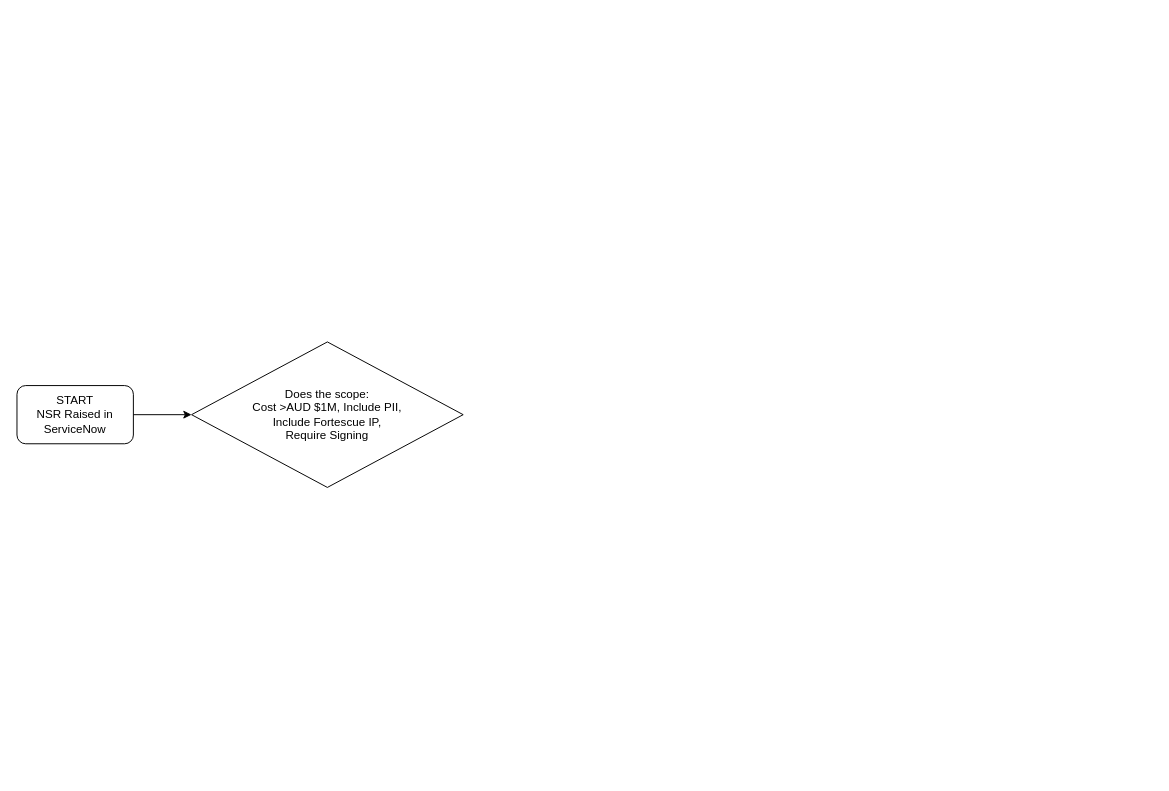
Above: New NSR.drawio in Dyo-Artist/Fortsecue (draw.io), before the change. Source tidied: cells renumbered, new cells numbered last; positions are measured from the earlier drawing's top-left corner, leaving out a move shared by most shapes. Both pictures are drawn from the tidied source at 97%, with x=0, y=0 at pixel (16, 341).
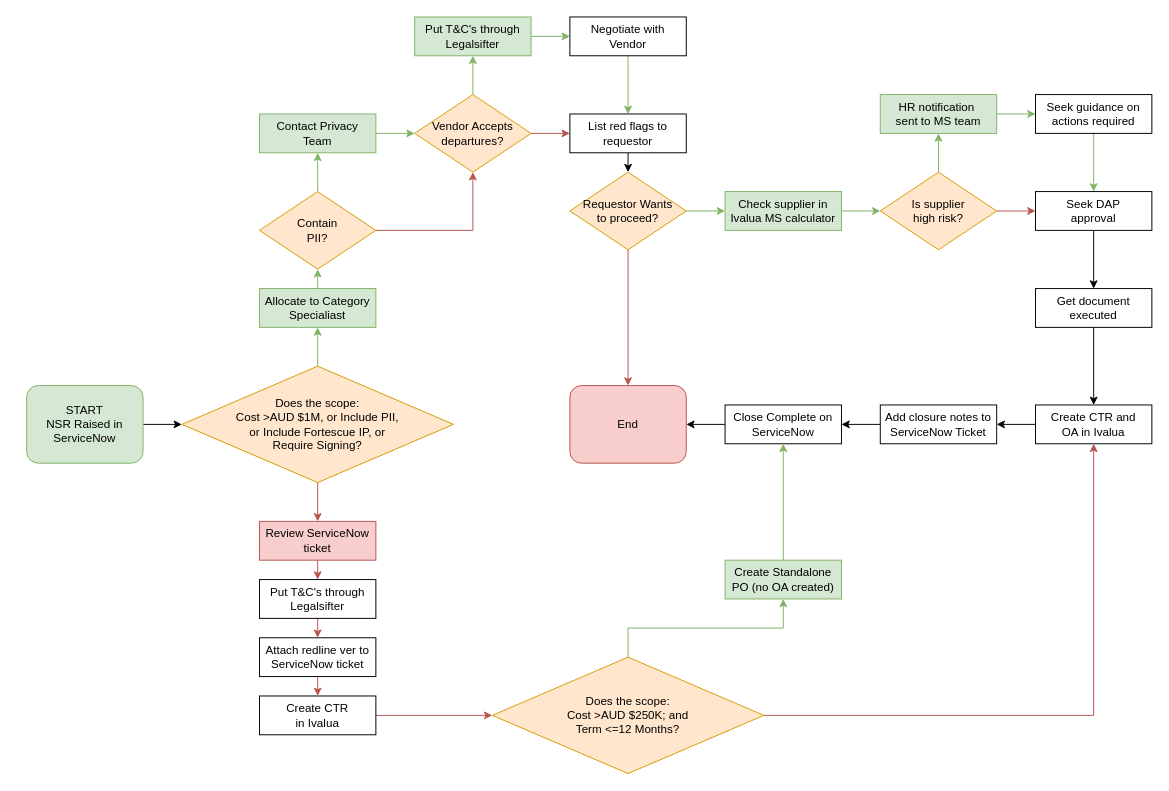
After the change.

What changed in the source:
```diff
@@
+    <mxCell id="5" style="edgeStyle=orthogonalEdgeStyle;rounded=0;jettySize=auto;html=1;exitX=1;exitY=0.5;exitDx=0;exitDy=0;entryX=0;entryY=0.5;entryDx=0;entryDy=0;" parent="1" edge="1" source="2" target="3">
+      <mxGeometry relative="1" as="geometry" />
+    </mxCell>
-    <mxCell id="2" value="START &lt;br&gt;NSR Raised in ServiceNow" style="rounded=1;whiteSpace=wrap;html=1;fontSize=12;glass=0;strokeWidth=1;shadow=0;" parent="1" vertex="1">
-      <mxGeometry y="45" width="120" height="60" as="geometry" />
+    <mxCell id="2" value="START &lt;br&gt;NSR Raised in ServiceNow" style="rounded=1;whiteSpace=wrap;html=1;fontSize=12;glass=0;strokeWidth=1;shadow=0;fillColor=#d5e8d4;strokeColor=#82b366;" parent="1" vertex="1">
+      <mxGeometry x="10" y="45" width="120" height="80" as="geometry" />
     </mxCell>
+    <mxCell id="6" style="edgeStyle=orthogonalEdgeStyle;rounded=0;jettySize=auto;html=1;exitX=0.5;exitY=0;exitDx=0;exitDy=0;entryX=0.5;entryY=1;entryDx=0;entryDy=0;fillColor=#d5e8d4;strokeColor=#82b366;" parent="1" edge="1" source="3" target="9">
+      <mxGeometry relative="1" as="geometry" />
+    </mxCell>
+    <mxCell id="7" style="edgeStyle=orthogonalEdgeStyle;rounded=0;jettySize=auto;html=1;exitX=0.5;exitY=1;exitDx=0;exitDy=0;entryX=0.5;entryY=0;entryDx=0;entryDy=0;fillColor=#f8cecc;strokeColor=#b85450;" parent="1" edge="1" source="3" target="48">
+      <mxGeometry relative="1" as="geometry" />
+    </mxCell>
-    <mxCell id="3" value="Does the scope:&lt;br&gt;Cost &amp;gt;AUD $1M, Include PII, &lt;br&gt;Include Fortescue IP,&lt;br&gt;Require Signing" style="rhombus;whiteSpace=wrap;html=1;" parent="1" vertex="1">
-      <mxGeometry x="180" width="280" height="150" as="geometry" />
+    <mxCell id="3" value="Does the scope:&lt;br&gt;Cost &amp;gt;AUD $1M, or Include PII, &lt;br&gt;or Include Fortescue IP, or&lt;br&gt;Require Signing?" style="rhombus;whiteSpace=wrap;html=1;fillColor=#ffe6cc;strokeColor=#d79b00;" parent="1" vertex="1">
+      <mxGeometry x="170" y="25" width="280" height="120" as="geometry" />
     </mxCell>
-    <mxCell id="4" style="endArrow=classic;html=1;rounded=0;exitX=1;exitY=0.5;exitDx=0;exitDy=0;" parent="1" edge="1" source="2">
-      <mxGeometry relative="1" as="geometry">
-        <mxPoint x="180" y="75" as="targetPoint" />
-      </mxGeometry>
-    </mxCell>
+    <mxCell id="8" style="edgeStyle=orthogonalEdgeStyle;rounded=0;jettySize=auto;html=1;exitX=0.5;exitY=0;exitDx=0;exitDy=0;entryX=0.5;entryY=1;entryDx=0;entryDy=0;fillColor=#d5e8d4;gradientColor=#97d077;strokeColor=#82b366;" parent="1" edge="1" source="9" target="12">
+      <mxGeometry relative="1" as="geometry" />
+    </mxCell>
+    <mxCell id="9" value="Allocate to Category&lt;br&gt;Specialiast" style="rounded=0;whiteSpace=wrap;html=1;fillColor=#d5e8d4;strokeColor=#82b366;" parent="1" vertex="1">
+      <mxGeometry x="250" y="-55" width="120" height="40" as="geometry" />
+    </mxCell>
+    <mxCell id="10" style="edgeStyle=orthogonalEdgeStyle;rounded=0;jettySize=auto;html=1;exitX=0.5;exitY=0;exitDx=0;exitDy=0;entryX=0.5;entryY=1;entryDx=0;entryDy=0;fillColor=#d5e8d4;strokeColor=#82b366;" parent="1" edge="1" source="12" target="14">
+      <mxGeometry relative="1" as="geometry" />
+    </mxCell>
+    <mxCell id="11" style="edgeStyle=orthogonalEdgeStyle;rounded=0;jettySize=auto;html=1;exitX=1;exitY=0.5;exitDx=0;exitDy=0;entryX=0.5;entryY=1;entryDx=0;entryDy=0;fillColor=#f8cecc;strokeColor=#b85450;" parent="1" edge="1" source="12" target="17">
+      <mxGeometry relative="1" as="geometry" />
+    </mxCell>
+    <mxCell id="12" value="Contain&lt;br&gt;PII?" style="rhombus;whiteSpace=wrap;html=1;fillColor=#ffe6cc;strokeColor=#d79b00;" parent="1" vertex="1">
+      <mxGeometry x="250" y="-155" width="120" height="80" as="geometry" />
+    </mxCell>
+    <mxCell id="13" style="edgeStyle=orthogonalEdgeStyle;rounded=0;jettySize=auto;html=1;exitX=1;exitY=0.5;exitDx=0;exitDy=0;entryX=0;entryY=0.5;entryDx=0;entryDy=0;fillColor=#d5e8d4;strokeColor=#82b366;" parent="1" edge="1" source="14" target="17">
+      <mxGeometry relative="1" as="geometry" />
+    </mxCell>
+    <mxCell id="14" value="Contact Privacy&lt;div&gt;Team&lt;/div&gt;" style="rounded=0;whiteSpace=wrap;html=1;fillColor=#d5e8d4;strokeColor=#82b366;" parent="1" vertex="1">
+      <mxGeometry x="250" y="-235" width="120" height="40" as="geometry" />
+    </mxCell>
+    <mxCell id="15" style="edgeStyle=orthogonalEdgeStyle;rounded=0;jettySize=auto;html=1;exitX=0.5;exitY=0;exitDx=0;exitDy=0;entryX=0.5;entryY=1;entryDx=0;entryDy=0;fillColor=#d5e8d4;strokeColor=#82b366;" parent="1" edge="1" source="17" target="19">
+      <mxGeometry relative="1" as="geometry" />
+    </mxCell>
+    <mxCell id="16" style="edgeStyle=orthogonalEdgeStyle;rounded=0;jettySize=auto;html=1;exitX=1;exitY=0.5;exitDx=0;exitDy=0;entryX=0;entryY=0.5;entryDx=0;entryDy=0;fillColor=#f8cecc;strokeColor=#b85450;" parent="1" edge="1" source="17" target="23">
+      <mxGeometry relative="1" as="geometry" />
+    </mxCell>
+    <mxCell id="17" value="Vendor Accepts&lt;div&gt;departures?&lt;/div&gt;" style="rhombus;whiteSpace=wrap;html=1;fillColor=#ffe6cc;strokeColor=#d79b00;" parent="1" vertex="1">
+      <mxGeometry x="410" y="-255" width="120" height="80" as="geometry" />
+    </mxCell>
+    <mxCell id="18" style="edgeStyle=orthogonalEdgeStyle;rounded=0;jettySize=auto;html=1;exitX=1;exitY=0.5;exitDx=0;exitDy=0;entryX=0;entryY=0.5;entryDx=0;entryDy=0;fillColor=#d5e8d4;strokeColor=#82b366;" parent="1" edge="1" source="19" target="21">
+      <mxGeometry relative="1" as="geometry" />
+    </mxCell>
+    <mxCell id="19" value="Put T&amp;amp;C's through Legalsifter" style="rounded=0;whiteSpace=wrap;html=1;fillColor=#d5e8d4;strokeColor=#82b366;" parent="1" vertex="1">
+      <mxGeometry x="410" y="-335" width="120" height="40" as="geometry" />
+    </mxCell>
+    <mxCell id="20" style="edgeStyle=orthogonalEdgeStyle;rounded=0;jettySize=auto;html=1;exitX=0.5;exitY=1;exitDx=0;exitDy=0;entryX=0.5;entryY=0;entryDx=0;entryDy=0;fillColor=#d5e8d4;strokeColor=#82b366;" parent="1" edge="1" source="21" target="23">
+      <mxGeometry relative="1" as="geometry" />
+    </mxCell>
+    <mxCell id="21" value="Negotiate with&lt;div&gt;Vendor&lt;/div&gt;" style="rounded=0;whiteSpace=wrap;html=1;fillColor=default;" parent="1" vertex="1">
+      <mxGeometry x="570" y="-335" width="120" height="40" as="geometry" />
+    </mxCell>
+    <mxCell id="22" style="edgeStyle=orthogonalEdgeStyle;rounded=0;jettySize=auto;html=1;exitX=0.5;exitY=1;exitDx=0;exitDy=0;entryX=0.5;entryY=0;entryDx=0;entryDy=0;" parent="1" edge="1" source="23" target="26">
+      <mxGeometry relative="1" as="geometry" />
+    </mxCell>
+    <mxCell id="23" value="List red flags to&lt;div&gt;requestor&lt;/div&gt;" style="rounded=0;whiteSpace=wrap;html=1;" parent="1" vertex="1">
+      <mxGeometry x="570" y="-235" width="120" height="40" as="geometry" />
+    </mxCell>
+    <mxCell id="24" style="edgeStyle=orthogonalEdgeStyle;rounded=0;jettySize=auto;html=1;exitX=0.5;exitY=1;exitDx=0;exitDy=0;entryX=0.5;entryY=0;entryDx=0;entryDy=0;fillColor=#f8cecc;strokeColor=#b85450;" parent="1" edge="1" source="26" target="27">
+      <mxGeometry relative="1" as="geometry" />
+    </mxCell>
+    <mxCell id="25" style="edgeStyle=orthogonalEdgeStyle;rounded=0;jettySize=auto;html=1;exitX=1;exitY=0.5;exitDx=0;exitDy=0;entryX=0;entryY=0.5;entryDx=0;entryDy=0;fillColor=#d5e8d4;strokeColor=#82b366;" parent="1" edge="1" source="26" target="29">
+      <mxGeometry relative="1" as="geometry" />
+    </mxCell>
+    <mxCell id="26" value="Requestor Wants&lt;div&gt;to proceed?&lt;/div&gt;" style="rhombus;whiteSpace=wrap;html=1;fillColor=#ffe6cc;strokeColor=#d79b00;" parent="1" vertex="1">
+      <mxGeometry x="570" y="-175" width="120" height="80" as="geometry" />
+    </mxCell>
+    <mxCell id="27" value="End" style="rounded=1;whiteSpace=wrap;html=1;fontSize=12;glass=0;strokeWidth=1;shadow=0;fillColor=#f8cecc;strokeColor=#b85450;" parent="1" vertex="1">
+      <mxGeometry x="570" y="45" width="120" height="80" as="geometry" />
+    </mxCell>
+    <mxCell id="28" style="edgeStyle=orthogonalEdgeStyle;rounded=0;jettySize=auto;html=1;exitX=1;exitY=0.5;exitDx=0;exitDy=0;entryX=0;entryY=0.5;entryDx=0;entryDy=0;fillColor=#d5e8d4;strokeColor=#82b366;" parent="1" edge="1" source="29" target="32">
+      <mxGeometry relative="1" as="geometry" />
+    </mxCell>
+    <mxCell id="29" value="Check supplier in&lt;div&gt;Ivalua MS calculator&lt;/div&gt;" style="rounded=0;whiteSpace=wrap;html=1;fillColor=#d5e8d4;strokeColor=#82b366;" parent="1" vertex="1">
+      <mxGeometry x="730" y="-155" width="120" height="40" as="geometry" />
+    </mxCell>
+    <mxCell id="30" style="edgeStyle=orthogonalEdgeStyle;rounded=0;jettySize=auto;html=1;exitX=0.5;exitY=0;exitDx=0;exitDy=0;entryX=0.5;entryY=1;entryDx=0;entryDy=0;fillColor=#d5e8d4;strokeColor=#82b366;" parent="1" edge="1" source="32" target="34">
+      <mxGeometry relative="1" as="geometry" />
+    </mxCell>
+    <mxCell id="31" style="edgeStyle=orthogonalEdgeStyle;rounded=0;jettySize=auto;html=1;exitX=1;exitY=0.5;exitDx=0;exitDy=0;entryX=0;entryY=0.5;entryDx=0;entryDy=0;fillColor=#f8cecc;strokeColor=#b85450;" parent="1" edge="1" source="32" target="38">
+      <mxGeometry relative="1" as="geometry" />
+    </mxCell>
+    <mxCell id="32" value="Is supplier&lt;div&gt;high risk?&lt;/div&gt;" style="rhombus;whiteSpace=wrap;html=1;fillColor=#ffe6cc;strokeColor=#d79b00;" parent="1" vertex="1">
+      <mxGeometry x="890" y="-175" width="120" height="80" as="geometry" />
+    </mxCell>
+    <mxCell id="33" style="edgeStyle=orthogonalEdgeStyle;rounded=0;jettySize=auto;html=1;exitX=1;exitY=0.5;exitDx=0;exitDy=0;entryX=0;entryY=0.5;entryDx=0;entryDy=0;fillColor=#d5e8d4;strokeColor=#82b366;" parent="1" edge="1" source="34" target="36">
+      <mxGeometry relative="1" as="geometry" />
+    </mxCell>
+    <mxCell id="34" value="HR&amp;nbsp;&lt;span style=&quot;background-color: initial;&quot;&gt;notification&amp;nbsp;&lt;/span&gt;&lt;div&gt;&lt;span style=&quot;background-color: initial;&quot;&gt;sent to MS team&lt;/span&gt;&lt;/div&gt;" style="rounded=0;whiteSpace=wrap;html=1;fillColor=#d5e8d4;strokeColor=#82b366;" parent="1" vertex="1">
+      <mxGeometry x="890" y="-255" width="120" height="40" as="geometry" />
+    </mxCell>
+    <mxCell id="35" style="edgeStyle=orthogonalEdgeStyle;rounded=0;jettySize=auto;html=1;exitX=0.5;exitY=1;exitDx=0;exitDy=0;entryX=0.5;entryY=0;entryDx=0;entryDy=0;fillColor=#d5e8d4;strokeColor=#82b366;" parent="1" edge="1" source="36" target="38">
+      <mxGeometry relative="1" as="geometry" />
+    </mxCell>
+    <mxCell id="36" value="Seek guidance on actions required" style="rounded=0;whiteSpace=wrap;html=1;" parent="1" vertex="1">
+      <mxGeometry x="1050" y="-255" width="120" height="40" as="geometry" />
+    </mxCell>
+    <mxCell id="37" style="edgeStyle=orthogonalEdgeStyle;rounded=0;jettySize=auto;html=1;exitX=0.5;exitY=1;exitDx=0;exitDy=0;entryX=0.5;entryY=0;entryDx=0;entryDy=0;" parent="1" edge="1" source="38" target="40">
+      <mxGeometry relative="1" as="geometry" />
+    </mxCell>
+    <mxCell id="38" value="Seek DAP&lt;div&gt;approval&lt;/div&gt;" style="rounded=0;whiteSpace=wrap;html=1;" parent="1" vertex="1">
+      <mxGeometry x="1050" y="-155" width="120" height="40" as="geometry" />
+    </mxCell>
+    <mxCell id="39" style="edgeStyle=orthogonalEdgeStyle;rounded=0;jettySize=auto;html=1;exitX=0.5;exitY=1;exitDx=0;exitDy=0;entryX=0.5;entryY=0;entryDx=0;entryDy=0;" parent="1" edge="1" source="40" target="42">
+      <mxGeometry relative="1" as="geometry" />
+    </mxCell>
+    <mxCell id="40" value="Get document&lt;div&gt;executed&lt;/div&gt;" style="rounded=0;whiteSpace=wrap;html=1;" parent="1" vertex="1">
+      <mxGeometry x="1050" y="-55" width="120" height="40" as="geometry" />
+    </mxCell>
+    <mxCell id="41" style="edgeStyle=orthogonalEdgeStyle;rounded=0;jettySize=auto;html=1;exitX=0;exitY=0.5;exitDx=0;exitDy=0;entryX=1;entryY=0.5;entryDx=0;entryDy=0;" parent="1" edge="1" source="42" target="44">
+      <mxGeometry relative="1" as="geometry" />
+    </mxCell>
+    <mxCell id="42" value="Create CTR and&lt;div&gt;OA in Ivalua&lt;/div&gt;" style="rounded=0;whiteSpace=wrap;html=1;" parent="1" vertex="1">
+      <mxGeometry x="1050" y="65" width="120" height="40" as="geometry" />
+    </mxCell>
+    <mxCell id="43" style="edgeStyle=orthogonalEdgeStyle;rounded=0;jettySize=auto;html=1;exitX=0;exitY=0.5;exitDx=0;exitDy=0;entryX=1;entryY=0.5;entryDx=0;entryDy=0;" parent="1" edge="1" source="44" target="46">
+      <mxGeometry relative="1" as="geometry" />
+    </mxCell>
+    <mxCell id="44" value="Add closure notes to&lt;div&gt;ServiceNow Ticket&lt;/div&gt;" style="rounded=0;whiteSpace=wrap;html=1;" parent="1" vertex="1">
+      <mxGeometry x="890" y="65" width="120" height="40" as="geometry" />
+    </mxCell>
+    <mxCell id="45" style="edgeStyle=orthogonalEdgeStyle;rounded=0;jettySize=auto;html=1;exitX=0;exitY=0.5;exitDx=0;exitDy=0;entryX=1;entryY=0.5;entryDx=0;entryDy=0;" parent="1" edge="1" source="46" target="27">
+      <mxGeometry relative="1" as="geometry" />
+    </mxCell>
+    <mxCell id="46" value="Close Complete on&lt;br&gt;ServiceNow" style="rounded=0;whiteSpace=wrap;html=1;" parent="1" vertex="1">
+      <mxGeometry x="730" y="65" width="120" height="40" as="geometry" />
+    </mxCell>
+    <mxCell id="47" style="edgeStyle=orthogonalEdgeStyle;rounded=0;jettySize=auto;html=1;exitX=0.5;exitY=1;exitDx=0;exitDy=0;entryX=0.5;entryY=0;entryDx=0;entryDy=0;fillColor=#f8cecc;strokeColor=#b85450;" parent="1" edge="1" source="48" target="52">
+      <mxGeometry relative="1" as="geometry" />
+    </mxCell>
+    <mxCell id="48" value="Review ServiceNow&lt;div&gt;ticket&lt;/div&gt;" style="rounded=0;whiteSpace=wrap;html=1;fillColor=#f8cecc;strokeColor=#b85450;" parent="1" vertex="1">
+      <mxGeometry x="250" y="185" width="120" height="40" as="geometry" />
+    </mxCell>
+    <mxCell id="49" style="edgeStyle=orthogonalEdgeStyle;rounded=0;jettySize=auto;html=1;exitX=0.5;exitY=1;exitDx=0;exitDy=0;entryX=0.5;entryY=0;entryDx=0;entryDy=0;fillColor=#f8cecc;strokeColor=#b85450;" parent="1" edge="1" source="50" target="54">
+      <mxGeometry relative="1" as="geometry" />
+    </mxCell>
+    <mxCell id="50" value="Attach redline ver to&lt;div&gt;ServiceNow ticket&lt;/div&gt;" style="rounded=0;whiteSpace=wrap;html=1;" parent="1" vertex="1">
+      <mxGeometry x="250" y="305" width="120" height="40" as="geometry" />
+    </mxCell>
+    <mxCell id="51" style="edgeStyle=orthogonalEdgeStyle;rounded=0;jettySize=auto;html=1;exitX=0.5;exitY=1;exitDx=0;exitDy=0;entryX=0.5;entryY=0;entryDx=0;entryDy=0;fillColor=#f8cecc;strokeColor=#b85450;" parent="1" edge="1" source="52" target="50">
+      <mxGeometry relative="1" as="geometry" />
+    </mxCell>
+    <mxCell id="52" value="Put T&amp;amp;C's through Legalsifter" style="rounded=0;whiteSpace=wrap;html=1;" parent="1" vertex="1">
+      <mxGeometry x="250" y="245" width="120" height="40" as="geometry" />
+    </mxCell>
+    <mxCell id="53" style="edgeStyle=orthogonalEdgeStyle;rounded=0;jettySize=auto;html=1;exitX=1;exitY=0.5;exitDx=0;exitDy=0;entryX=0;entryY=0.5;entryDx=0;entryDy=0;fillColor=#f8cecc;strokeColor=#b85450;" parent="1" edge="1" source="54" target="57">
+      <mxGeometry relative="1" as="geometry" />
+    </mxCell>
+    <mxCell id="54" value="Create CTR&lt;div&gt;in Ivalua&lt;/div&gt;" style="rounded=0;whiteSpace=wrap;html=1;" parent="1" vertex="1">
+      <mxGeometry x="250" y="365" width="120" height="40" as="geometry" />
+    </mxCell>
+    <mxCell id="55" style="edgeStyle=orthogonalEdgeStyle;rounded=0;jettySize=auto;html=1;exitX=0.5;exitY=0;exitDx=0;exitDy=0;entryX=0.5;entryY=1;entryDx=0;entryDy=0;fillColor=#d5e8d4;strokeColor=#82b366;" parent="1" edge="1" source="57" target="59">
+      <mxGeometry relative="1" as="geometry" />
+    </mxCell>
+    <mxCell id="56" style="edgeStyle=orthogonalEdgeStyle;rounded=0;jettySize=auto;html=1;exitX=1;exitY=0.5;exitDx=0;exitDy=0;entryX=0.5;entryY=1;entryDx=0;entryDy=0;fillColor=#f8cecc;strokeColor=#b85450;" parent="1" edge="1" source="57" target="42">
+      <mxGeometry relative="1" as="geometry" />
+    </mxCell>
+    <mxCell id="57" value="Does the scope:&lt;br&gt;Cost &amp;gt;AUD $250K; and&lt;div&gt;Term &amp;lt;=12 Months?&lt;/div&gt;" style="rhombus;whiteSpace=wrap;html=1;fillColor=#ffe6cc;strokeColor=#d79b00;" parent="1" vertex="1">
+      <mxGeometry x="490" y="325" width="280" height="120" as="geometry" />
+    </mxCell>
+    <mxCell id="58" style="edgeStyle=orthogonalEdgeStyle;rounded=0;jettySize=auto;html=1;exitX=0.5;exitY=0;exitDx=0;exitDy=0;entryX=0.5;entryY=1;entryDx=0;entryDy=0;fillColor=#d5e8d4;strokeColor=#82b366;" parent="1" edge="1" source="59" target="46">
+      <mxGeometry relative="1" as="geometry" />
+    </mxCell>
+    <mxCell id="59" value="Create Standalone PO (no OA created)" style="rounded=0;whiteSpace=wrap;html=1;fillColor=#d5e8d4;strokeColor=#82b366;" parent="1" vertex="1">
+      <mxGeometry x="730" y="225" width="120" height="40" as="geometry" />
+    </mxCell>
```
